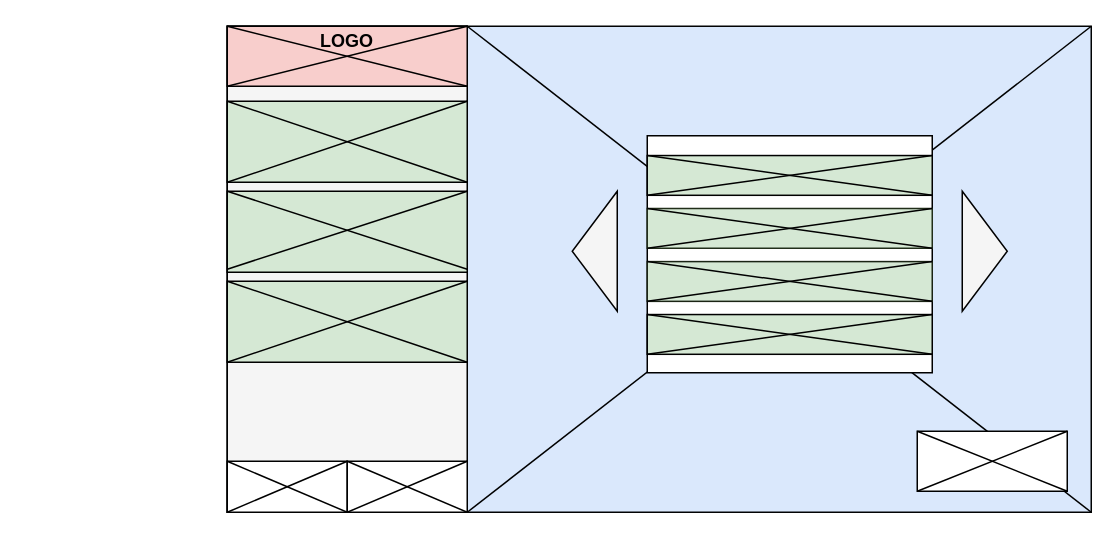
The draw.io diagram page "Proto-Config" (6 of 9) of diagramas/grafo-sistema.drawio in amt911/TFG-Documento, before the edit. Source tidied: cells renumbered, new cells numbered last; positions are measured from the earlier drawing's top-left corner, leaving out a move shared by most shapes. Both pictures are drawn from the tidied source at 150%, with x=0, y=0 at pixel (226, 26).
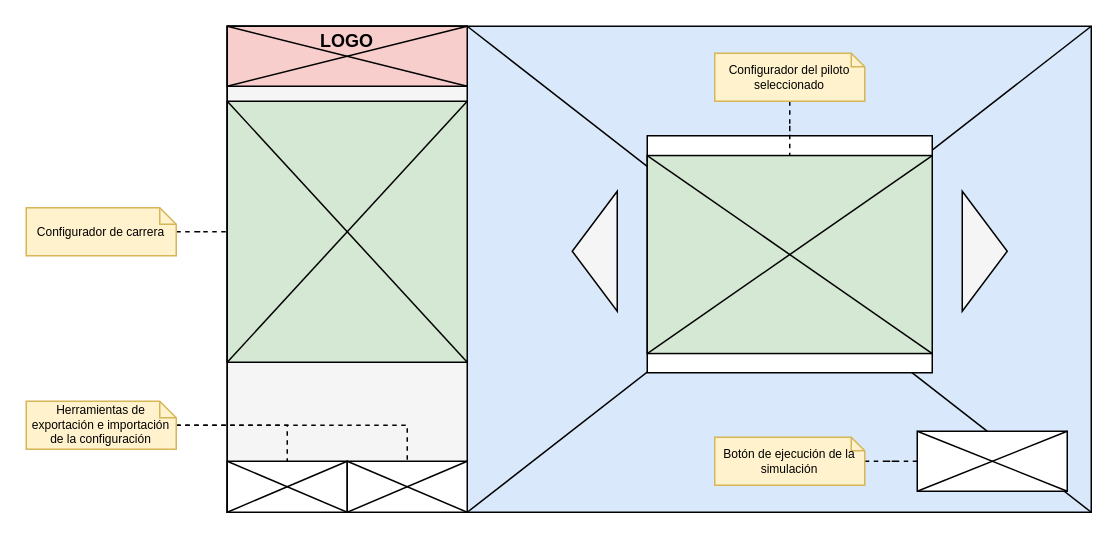
Above is the later version.

The change refers to these unchanged cells:
```xml
<mxCell id="5" style="rounded=0;whiteSpace=wrap;html=1;fillColor=#f5f5f5;fontColor=#333333;strokeColor=default;" parent="1" vertex="1">
  <mxGeometry width="160" height="324" as="geometry" />
</mxCell>
<mxCell id="9" style="rounded=0;whiteSpace=wrap;html=1;verticalAlign=top;" parent="1" vertex="1">
  <mxGeometry x="460" y="270" width="100" height="40" as="geometry" />
</mxCell>
<mxCell id="10" style="rounded=0;whiteSpace=wrap;html=1;fontSize=10;verticalAlign=top;" parent="1" vertex="1">
  <mxGeometry y="290" width="80" height="34" as="geometry" />
</mxCell>
<mxCell id="11" style="rounded=0;whiteSpace=wrap;html=1;fontSize=10;verticalAlign=top;" parent="1" vertex="1">
  <mxGeometry x="80" y="290" width="80" height="34" as="geometry" />
</mxCell>
<mxCell id="29" style="group;" parent="1" vertex="1">
  <mxGeometry x="280" y="73" width="190" height="158" as="geometry" />
</mxCell>
```

What changed in the source:
```diff
@@
-    <mxCell id="6" style="rounded=0;whiteSpace=wrap;html=1;verticalAlign=top;fontSize=10;spacing=-1;fillColor=#d5e8d4;strokeColor=default;" parent="1" vertex="1">
-      <mxGeometry y="50" width="160" height="54" as="geometry" />
+    <mxCell id="6" style="rounded=0;whiteSpace=wrap;html=1;verticalAlign=middle;fontSize=10;spacing=0;fillColor=#d5e8d4;strokeColor=default;spacingTop=0;spacingBottom=33;" parent="1" vertex="1">
+      <mxGeometry y="50" width="160" height="174" as="geometry" />
     </mxCell>
-    <mxCell id="7" style="rounded=0;whiteSpace=wrap;html=1;fontSize=10;spacing=-1;verticalAlign=top;fillColor=#d5e8d4;strokeColor=default;" parent="1" vertex="1">
-      <mxGeometry y="110" width="160" height="54" as="geometry" />
-    </mxCell>
-    <mxCell id="8" style="rounded=0;whiteSpace=wrap;html=1;fontSize=10;align=center;spacingLeft=0;spacing=0;spacingTop=0;verticalAlign=top;fillColor=#d5e8d4;strokeColor=default;" parent="1" vertex="1">
-      <mxGeometry y="170" width="160" height="54" as="geometry" />
-    </mxCell>
@@
-    <mxCell id="19" style="endArrow=none;html=1;rounded=0;exitX=0;exitY=0.5;exitDx=0;exitDy=0;entryX=1;entryY=0;entryDx=0;entryDy=0;" parent="1" edge="1" source="5" target="7">
-      <mxGeometry relative="1" as="geometry" />
-    </mxCell>
-    <mxCell id="20" style="endArrow=none;html=1;rounded=0;entryX=1;entryY=0.5;entryDx=0;entryDy=0;exitX=0;exitY=0;exitDx=0;exitDy=0;" parent="1" edge="1" source="7" target="5">
-      <mxGeometry relative="1" as="geometry" />
-    </mxCell>
-    <mxCell id="21" style="endArrow=none;html=1;rounded=0;entryX=1;entryY=1;entryDx=0;entryDy=0;exitX=0;exitY=0;exitDx=0;exitDy=0;" parent="1" edge="1" source="8" target="8">
-      <mxGeometry relative="1" as="geometry" />
-    </mxCell>
-    <mxCell id="22" style="endArrow=none;html=1;rounded=0;entryX=1;entryY=0;entryDx=0;entryDy=0;exitX=0;exitY=1;exitDx=0;exitDy=0;" parent="1" edge="1" source="8" target="8">
-      <mxGeometry relative="1" as="geometry" />
-    </mxCell>
@@
     <mxCell id="31" style="group;" parent="29" vertex="1">
-      <mxGeometry y="13.2" width="190" height="26.5" as="geometry" />
+      <mxGeometry y="13.2" width="190" height="132.8" as="geometry" />
     </mxCell>
     <mxCell id="32" style="rounded=0;whiteSpace=wrap;html=1;strokeColor=#000000;fillColor=#d5e8d4;fontSize=10;verticalAlign=middle;align=center;spacingLeft=10;" parent="31" vertex="1">
-      <mxGeometry width="190" height="26.5" as="geometry" />
+      <mxGeometry width="190" height="132" as="geometry" />
     </mxCell>
@@
-    <mxCell id="35" style="group;" parent="29" vertex="1">
-      <mxGeometry y="48.5" width="190" height="26.5" as="geometry" />
-    </mxCell>
-    <mxCell id="36" style="rounded=0;whiteSpace=wrap;html=1;strokeColor=#212E1A;fillColor=#d5e8d4;fontSize=10;verticalAlign=middle;align=center;spacingLeft=10;" parent="35" vertex="1">
-      <mxGeometry width="190" height="26.5" as="geometry" />
-    </mxCell>
-    <mxCell id="37" style="endArrow=none;html=1;rounded=0;entryX=1;entryY=1;entryDx=0;entryDy=0;exitX=0;exitY=0;exitDx=0;exitDy=0;" parent="35" edge="1" source="36" target="36">
-      <mxGeometry relative="1" as="geometry" />
-    </mxCell>
-    <mxCell id="38" style="endArrow=none;html=1;rounded=0;entryX=1;entryY=0;entryDx=0;entryDy=0;exitX=0;exitY=1;exitDx=0;exitDy=0;" parent="35" edge="1" source="36" target="36">
-      <mxGeometry relative="1" as="geometry" />
-    </mxCell>
-    <mxCell id="39" style="group;" parent="29" vertex="1">
-      <mxGeometry y="83.9" width="190" height="26.5" as="geometry" />
-    </mxCell>
-    <mxCell id="40" value="&lt;br&gt;" style="rounded=0;whiteSpace=wrap;html=1;strokeColor=#1A2414;fillColor=#d5e8d4;verticalAlign=top;spacingTop=-3;fontSize=10;" parent="39" vertex="1">
-      <mxGeometry width="190" height="26.5" as="geometry" />
-    </mxCell>
-    <mxCell id="41" style="endArrow=none;html=1;rounded=0;exitX=0;exitY=1;exitDx=0;exitDy=0;entryX=1;entryY=0;entryDx=0;entryDy=0;" parent="39" edge="1" source="40" target="40">
-      <mxGeometry relative="1" as="geometry" />
-    </mxCell>
-    <mxCell id="42" style="endArrow=none;html=1;rounded=0;entryX=1;entryY=1;entryDx=0;entryDy=0;exitX=0;exitY=0;exitDx=0;exitDy=0;" parent="39" edge="1" source="40" target="40">
-      <mxGeometry relative="1" as="geometry" />
-    </mxCell>
-    <mxCell id="43" style="group;" parent="29" vertex="1">
-      <mxGeometry y="119.2" width="190" height="26.5" as="geometry" />
-    </mxCell>
-    <mxCell id="44" style="rounded=0;whiteSpace=wrap;html=1;strokeColor=#000000;fillColor=#d5e8d4;verticalAlign=top;spacingTop=-3;fontSize=10;" parent="43" vertex="1">
-      <mxGeometry width="190" height="26.5" as="geometry" />
-    </mxCell>
-    <mxCell id="45" style="endArrow=none;html=1;rounded=0;entryX=1;entryY=1;entryDx=0;entryDy=0;exitX=0;exitY=0;exitDx=0;exitDy=0;" parent="43" edge="1" source="44" target="44">
-      <mxGeometry relative="1" as="geometry" />
-    </mxCell>
-    <mxCell id="46" style="endArrow=none;html=1;rounded=0;entryX=1;entryY=0;entryDx=0;entryDy=0;exitX=0;exitY=1;exitDx=0;exitDy=0;" parent="43" edge="1" source="44" target="44">
-      <mxGeometry relative="1" as="geometry" />
-    </mxCell>
+    <mxCell id="47" style="edgeStyle=orthogonalEdgeStyle;rounded=0;jettySize=auto;html=1;entryX=0;entryY=0.5;entryDx=0;entryDy=0;dashed=1;endArrow=none;endFill=0;" parent="1" edge="1" source="48" target="6">
+      <mxGeometry relative="1" as="geometry" />
+    </mxCell>
+    <mxCell id="48" value="Configurador de carrera" style="shape=note;size=11;whiteSpace=wrap;html=1;fillColor=#fff2cc;strokeColor=#d6b656;fontSize=8;" parent="1" vertex="1">
+      <mxGeometry x="-134" y="121" width="100" height="32" as="geometry" />
+    </mxCell>
+    <mxCell id="49" style="edgeStyle=orthogonalEdgeStyle;rounded=0;jettySize=auto;html=1;entryX=0.5;entryY=0;entryDx=0;entryDy=0;endArrow=none;endFill=0;dashed=1;" parent="1" edge="1" source="51" target="10">
+      <mxGeometry relative="1" as="geometry" />
+    </mxCell>
+    <mxCell id="50" style="edgeStyle=orthogonalEdgeStyle;rounded=0;jettySize=auto;html=1;entryX=0.5;entryY=0;entryDx=0;entryDy=0;endArrow=none;endFill=0;dashed=1;" parent="1" edge="1" source="51" target="11">
+      <mxGeometry relative="1" as="geometry" />
+    </mxCell>
+    <mxCell id="51" value="Herramientas de exportación e importación de la configuración" style="shape=note;size=11;whiteSpace=wrap;html=1;fillColor=#fff2cc;strokeColor=#d6b656;fontSize=8;" parent="1" vertex="1">
+      <mxGeometry x="-134" y="250" width="100" height="32" as="geometry" />
+    </mxCell>
+    <mxCell id="52" style="edgeStyle=orthogonalEdgeStyle;rounded=0;jettySize=auto;html=1;entryX=0.5;entryY=0;entryDx=0;entryDy=0;endArrow=none;endFill=0;dashed=1;" parent="1" edge="1" source="53" target="32">
+      <mxGeometry relative="1" as="geometry" />
+    </mxCell>
+    <mxCell id="53" value="Configurador del piloto seleccionado" style="shape=note;size=9;whiteSpace=wrap;html=1;fillColor=#fff2cc;strokeColor=#d6b656;fontSize=8;" parent="1" vertex="1">
+      <mxGeometry x="325" y="18" width="100" height="32" as="geometry" />
+    </mxCell>
+    <mxCell id="54" style="edgeStyle=orthogonalEdgeStyle;rounded=0;jettySize=auto;html=1;entryX=0;entryY=0.5;entryDx=0;entryDy=0;dashed=1;endArrow=none;endFill=0;" parent="1" edge="1" source="55" target="9">
+      <mxGeometry relative="1" as="geometry" />
+    </mxCell>
+    <mxCell id="55" value="Botón de ejecución de la simulación" style="shape=note;size=9;whiteSpace=wrap;html=1;fillColor=#fff2cc;strokeColor=#d6b656;fontSize=8;" parent="1" vertex="1">
+      <mxGeometry x="325" y="274" width="100" height="32" as="geometry" />
+    </mxCell>
```
